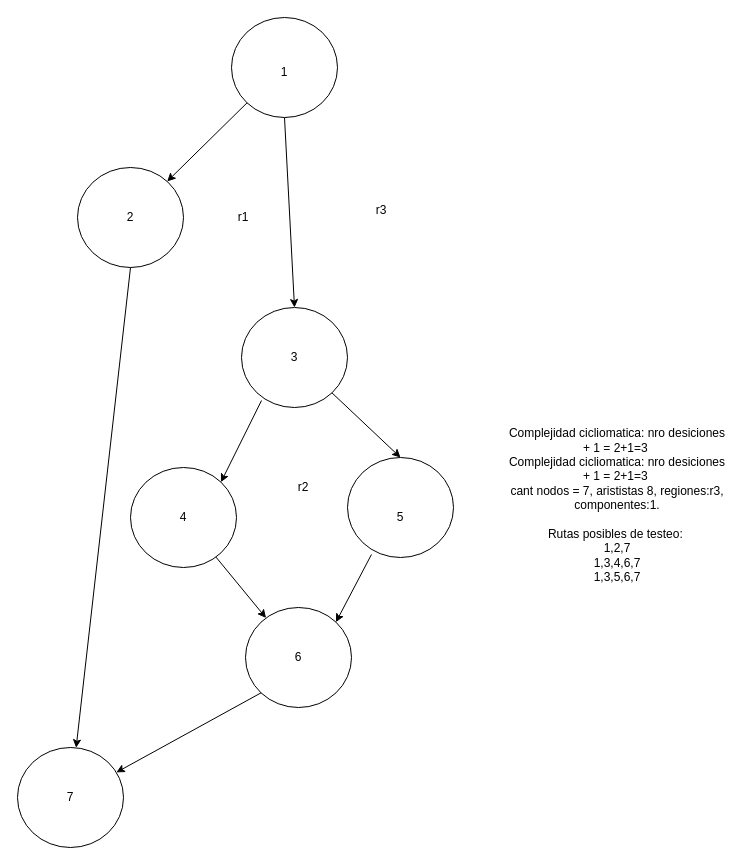
The draw.io diagram gestion/CajaBlanca.drawio in nmgomez00/Programacion, before the edit. Source tidied: cells renumbered, new cells numbered last; positions are measured from the earlier drawing's top-left corner, leaving out a move shared by most shapes. Both pictures are drawn from the tidied source at 100%, with x=0, y=0 at pixel (17, 17).
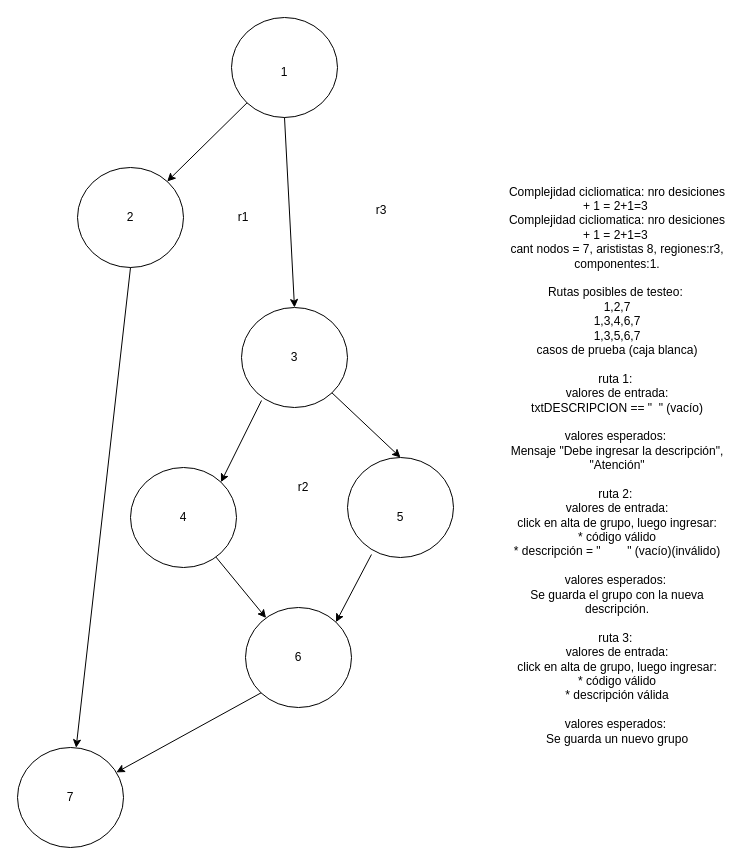
The same page after the edit.

The edit, as a diff of the source:
```diff
@@
-    <mxCell id="22" value="Complejidad cicliomatica: nro desiciones + 1 = 2+1=3&amp;nbsp;&lt;div&gt;Complejidad cicliomatica: nro desiciones + 1 = 2+1=3&amp;nbsp;&lt;/div&gt;&lt;div&gt;cant nodos = 7, arististas 8, regiones:r3, componentes:1.&lt;/div&gt;&lt;div&gt;&lt;br&gt;&lt;/div&gt;&lt;div&gt;Rutas posibles de testeo&lt;span style=&quot;background-color: transparent; color: light-dark(rgb(0, 0, 0), rgb(255, 255, 255));&quot;&gt;:&amp;nbsp;&lt;/span&gt;&lt;/div&gt;&lt;div&gt;1,2,7&lt;/div&gt;&lt;div&gt;1,3,4,6,7&lt;/div&gt;&lt;div&gt;1,3,5,6,7&lt;/div&gt;&lt;div&gt;&lt;br&gt;&lt;/div&gt;" style="text;html=1;align=center;verticalAlign=middle;whiteSpace=wrap;rounded=0;" parent="1" vertex="1">
-      <mxGeometry x="490" y="420" width="220" height="150" as="geometry" />
+    <mxCell id="22" value="Complejidad cicliomatica: nro desiciones + 1 = 2+1=3&amp;nbsp;&lt;div&gt;Complejidad cicliomatica: nro desiciones + 1 = 2+1=3&amp;nbsp;&lt;/div&gt;&lt;div&gt;cant nodos = 7, arististas 8, regiones:r3, componentes:1.&lt;/div&gt;&lt;div&gt;&lt;br&gt;&lt;/div&gt;&lt;div&gt;Rutas posibles de testeo&lt;span style=&quot;background-color: transparent; color: light-dark(rgb(0, 0, 0), rgb(255, 255, 255));&quot;&gt;:&amp;nbsp;&lt;/span&gt;&lt;/div&gt;&lt;div&gt;1,2,7&lt;/div&gt;&lt;div&gt;1,3,4,6,7&lt;/div&gt;&lt;div&gt;1,3,5,6,7&lt;/div&gt;&lt;div&gt;&lt;div&gt;casos de prueba (caja blanca)&lt;/div&gt;&lt;div&gt;&lt;br&gt;&lt;/div&gt;&lt;div&gt;ruta 1:&amp;nbsp;&lt;/div&gt;&lt;div&gt;valores de entrada:&lt;/div&gt;&lt;div&gt;txtDESCRIPCION == &quot;&amp;nbsp; &quot; (vacío)&lt;/div&gt;&lt;div&gt;&lt;br&gt;&lt;/div&gt;&lt;div&gt;valores esperados:&amp;nbsp;&lt;/div&gt;&lt;div&gt;Mensaje &quot;Debe ingresar la descripción&quot;, &quot;Atención&quot;&lt;/div&gt;&lt;div&gt;&lt;br&gt;&lt;/div&gt;&lt;div&gt;ruta 2:&amp;nbsp;&lt;/div&gt;&lt;div&gt;valores de entrada:&lt;/div&gt;&lt;div&gt;click en alta de grupo, luego ingresar:&lt;/div&gt;&lt;div&gt;* código válido&lt;/div&gt;&lt;div&gt;* descripción = &quot;&amp;nbsp; &amp;nbsp; &amp;nbsp; &amp;nbsp; &quot; (vacío)(inválido)&lt;/div&gt;&lt;div&gt;&lt;br&gt;&lt;/div&gt;&lt;div&gt;valores esperados:&amp;nbsp;&lt;/div&gt;&lt;div&gt;Se guarda el grupo con la nueva descripción.&lt;/div&gt;&lt;div&gt;&lt;br&gt;&lt;/div&gt;&lt;div&gt;ruta 3:&amp;nbsp;&lt;/div&gt;&lt;div&gt;valores de entrada:&lt;/div&gt;&lt;div&gt;click en alta de grupo, luego ingresar:&lt;/div&gt;&lt;div&gt;* código válido&lt;/div&gt;&lt;div&gt;* descripción válida&lt;/div&gt;&lt;div&gt;&lt;br&gt;&lt;/div&gt;&lt;div&gt;valores esperados:&amp;nbsp;&lt;/div&gt;&lt;div&gt;Se guarda un nuevo grupo&lt;/div&gt;&lt;/div&gt;&lt;div&gt;&lt;br&gt;&lt;/div&gt;" style="text;html=1;align=center;verticalAlign=middle;whiteSpace=wrap;rounded=0;" parent="1" vertex="1">
+      <mxGeometry x="490" y="380" width="220" height="150" as="geometry" />
     </mxCell>
```
